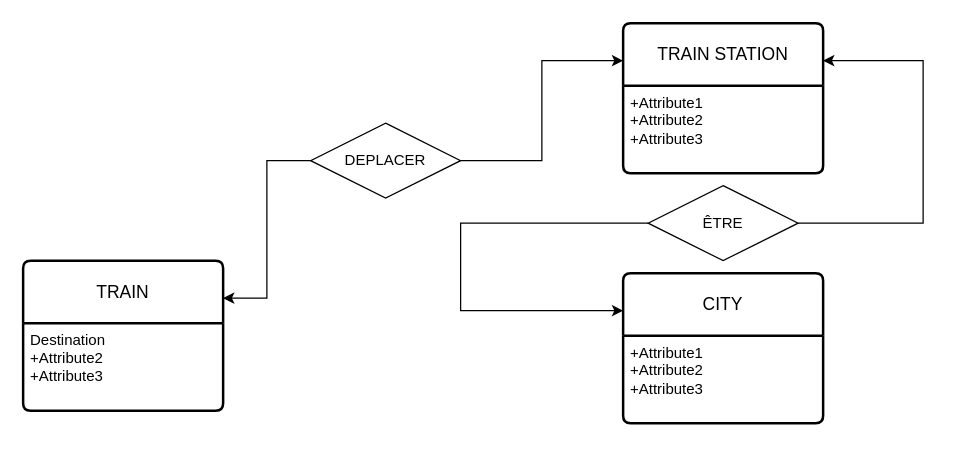
The draw.io diagram page "Page-1" (1 of 2) of Diagramme sans nom 3.drawio in vsilvanska/examen-info-2023, before the edit. Source tidied: cells renumbered, new cells numbered last; positions are measured from the earlier drawing's top-left corner, leaving out a move shared by most shapes. Both pictures are drawn from the tidied source at 125%, with x=0, y=0 at pixel (22, 22).
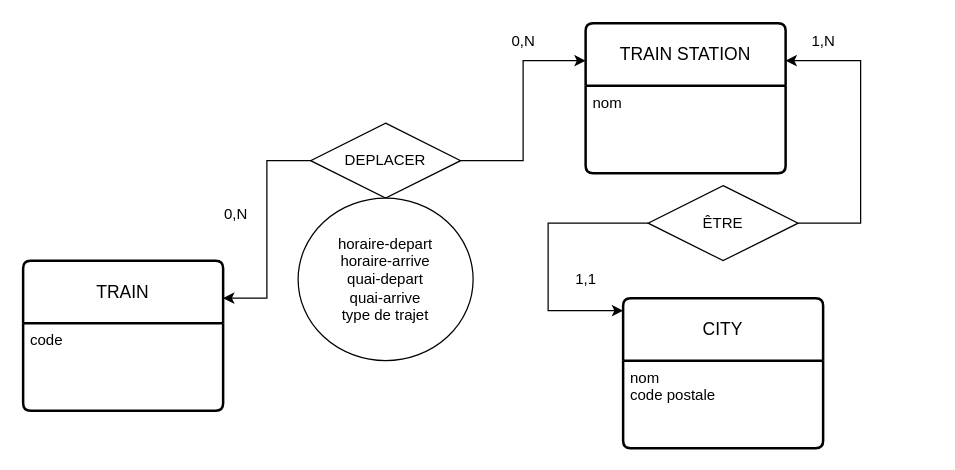
Above is the later version.

Commit message (it also covers changes not shown here):
Mettre à jour Diagramme sans nom 3.drawio

Unchanged cells that the change refers to:
```xml
<mxCell id="2" value="TRAIN" style="swimlane;horizontal=1;startSize=50;rounded=1;fontSize=14;fontStyle=0;strokeWidth=2;shadow=0;dashed=0;align=center;arcSize=4;whiteSpace=wrap;html=1;" parent="1" vertex="1">
  <mxGeometry y="190" width="160" height="120" as="geometry" />
</mxCell>
<mxCell id="13" value="ÊTRE" style="shape=rhombus;perimeter=rhombusPerimeter;whiteSpace=wrap;html=1;align=center;" parent="1" vertex="1">
  <mxGeometry x="500" y="130" width="120" height="60" as="geometry" />
</mxCell>
```

The edit, as a diff of the source:
```diff
@@
-    <mxCell id="3" value="Destination&lt;br&gt;+Attribute2&lt;br&gt;+Attribute3" style="align=left;strokeColor=none;fillColor=none;spacingLeft=4;fontSize=12;verticalAlign=top;html=1;" parent="2" vertex="1">
+    <mxCell id="3" value="code&lt;br&gt;" style="align=left;strokeColor=none;fillColor=none;spacingLeft=4;fontSize=12;verticalAlign=top;html=1;" parent="2" vertex="1">
       <mxGeometry y="50" width="160" height="70" as="geometry" />
     </mxCell>
@@
     <mxCell id="7" value="TRAIN STATION" style="swimlane;horizontal=1;startSize=50;rounded=1;fontSize=14;fontStyle=0;strokeWidth=2;shadow=0;dashed=0;align=center;arcSize=4;whiteSpace=wrap;html=1;" parent="1" vertex="1">
-      <mxGeometry x="480" width="160" height="120" as="geometry" />
+      <mxGeometry x="450" width="160" height="120" as="geometry" />
     </mxCell>
-    <mxCell id="8" value="+Attribute1&#10;+Attribute2&#10;+Attribute3" style="align=left;strokeColor=none;fillColor=none;spacingLeft=4;fontSize=12;verticalAlign=top;html=1;" parent="7" vertex="1">
+    <mxCell id="8" value="nom" style="align=left;strokeColor=none;fillColor=none;spacingLeft=4;fontSize=12;verticalAlign=top;html=1;" parent="7" vertex="1">
       <mxGeometry y="50" width="160" height="70" as="geometry" />
     </mxCell>
-    <mxCell id="9" value="CITY" style="swimlane;horizontal=1;startSize=50;rounded=1;fontSize=14;fontStyle=0;strokeWidth=2;shadow=0;dashed=0;align=center;arcSize=4;whiteSpace=wrap;html=1;" parent="1" vertex="1">
-      <mxGeometry x="480" y="200" width="160" height="120" as="geometry" />
-    </mxCell>
-    <mxCell id="10" value="+Attribute1&#10;+Attribute2&#10;+Attribute3" style="align=left;strokeColor=none;fillColor=none;spacingLeft=4;fontSize=12;verticalAlign=top;html=1;" parent="9" vertex="1">
-      <mxGeometry y="50" width="160" height="70" as="geometry" />
-    </mxCell>
     <mxCell id="11" style="edgeStyle=orthogonalEdgeStyle;rounded=0;jettySize=auto;html=1;exitX=1;exitY=0.5;exitDx=0;exitDy=0;entryX=1;entryY=0.25;entryDx=0;entryDy=0;" parent="1" edge="1" source="13" target="7">
       <mxGeometry relative="1" as="geometry">
         <Array as="points">
-          <mxPoint x="720" y="160" />
-          <mxPoint x="720" y="30" />
+          <mxPoint x="670" y="160" />
+          <mxPoint x="670" y="30" />
         </Array>
       </mxGeometry>
     </mxCell>
-    <mxCell id="12" style="edgeStyle=orthogonalEdgeStyle;rounded=0;jettySize=auto;html=1;exitX=0;exitY=0.5;exitDx=0;exitDy=0;entryX=0;entryY=0.25;entryDx=0;entryDy=0;" parent="1" edge="1" source="13" target="9">
+    <mxCell id="12" style="edgeStyle=orthogonalEdgeStyle;rounded=0;jettySize=auto;html=1;exitX=0;exitY=0.5;exitDx=0;exitDy=0;entryX=0;entryY=0.25;entryDx=0;entryDy=0;" parent="1" edge="1" source="13">
       <mxGeometry relative="1" as="geometry">
+        <mxPoint x="480" y="230" as="targetPoint" />
         <Array as="points">
-          <mxPoint x="350" y="160" />
-          <mxPoint x="350" y="230" />
+          <mxPoint x="420" y="160" />
+          <mxPoint x="420" y="230" />
         </Array>
       </mxGeometry>
     </mxCell>
@@
+    <mxCell id="14" value="horaire-depart&lt;br&gt;horaire-arrive&lt;br&gt;quai-depart&lt;br&gt;quai-arrive&lt;br&gt;type de trajet" style="ellipse;whiteSpace=wrap;html=1;align=center;" parent="1" vertex="1">
+      <mxGeometry x="220" y="140" width="140" height="130" as="geometry" />
+    </mxCell>
+    <mxCell id="9" value="CITY" style="swimlane;horizontal=1;startSize=50;rounded=1;fontSize=14;fontStyle=0;strokeWidth=2;shadow=0;dashed=0;align=center;arcSize=4;whiteSpace=wrap;html=1;" parent="1" vertex="1">
+      <mxGeometry x="480" y="220" width="160" height="120" as="geometry" />
+    </mxCell>
+    <mxCell id="15" value="nom&lt;br&gt;code postale" style="align=left;strokeColor=none;fillColor=none;spacingLeft=4;fontSize=12;verticalAlign=top;html=1;" parent="9" vertex="1">
+      <mxGeometry y="50" width="160" height="70" as="geometry" />
+    </mxCell>
+    <mxCell id="16" value="0,N" style="text;html=1;align=center;verticalAlign=middle;strokeColor=none;fillColor=none;" parent="1" vertex="1">
+      <mxGeometry x="150" y="138" width="40" height="30" as="geometry" />
+    </mxCell>
+    <mxCell id="17" value="0,N" style="text;html=1;align=center;verticalAlign=middle;strokeColor=none;fillColor=none;" parent="1" vertex="1">
+      <mxGeometry x="380" width="40" height="30" as="geometry" />
+    </mxCell>
+    <mxCell id="18" value="1,1" style="text;html=1;align=center;verticalAlign=middle;strokeColor=none;fillColor=none;" parent="1" vertex="1">
+      <mxGeometry x="430" y="190" width="40" height="30" as="geometry" />
+    </mxCell>
+    <mxCell id="19" value="1,N" style="text;html=1;align=center;verticalAlign=middle;strokeColor=none;fillColor=none;" parent="1" vertex="1">
+      <mxGeometry x="620" width="40" height="30" as="geometry" />
+    </mxCell>
```
